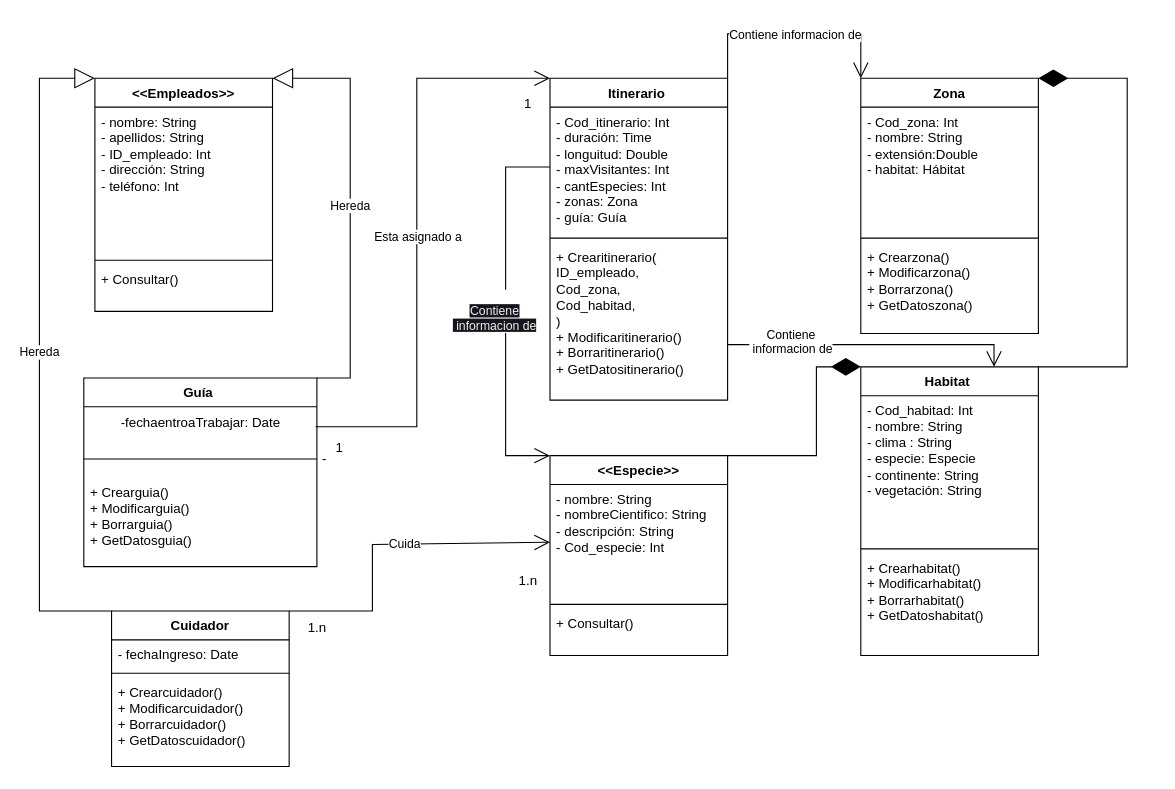
Above: Tarea6/UML_Zoológico.drawio in JoseCamp1/INA_POO_Portafolio (draw.io), before the change. Source tidied: cells renumbered, new cells numbered last; positions are measured from the earlier drawing's top-left corner, leaving out a move shared by most shapes. Both pictures are drawn from the tidied source at 111%, with x=0, y=0 at pixel (39, 33).
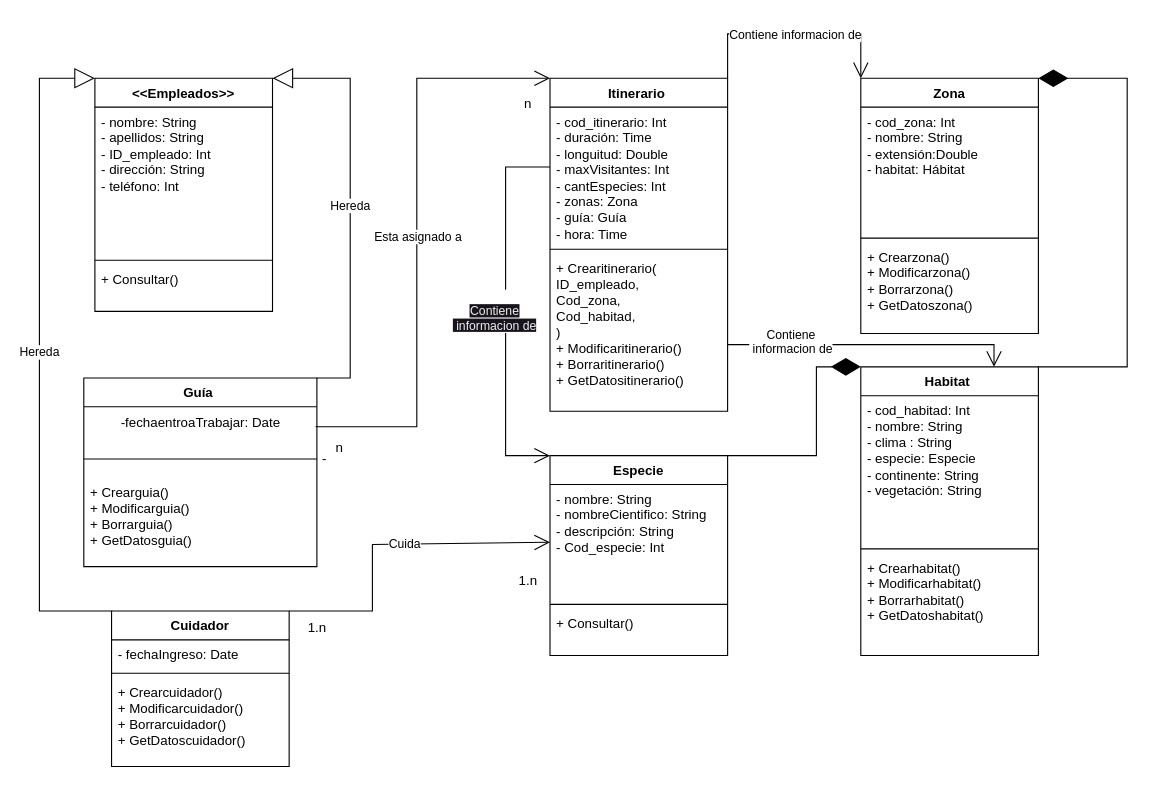
Above is the later version.

The change refers to these unchanged cells:
```xml
<mxCell id="20" value="Habitat&amp;nbsp;" style="swimlane;fontStyle=1;align=center;verticalAlign=top;horizontal=1;startSize=26;whiteSpace=wrap;html=1;" parent="1" vertex="1">
  <mxGeometry x="740" y="300" width="160" height="260" as="geometry" />
</mxCell>
<mxCell id="24" value="Zona" style="swimlane;fontStyle=1;align=center;verticalAlign=top;horizontal=1;startSize=26;whiteSpace=wrap;html=1;" parent="1" vertex="1">
  <mxGeometry x="740" y="40" width="160" height="230" as="geometry" />
</mxCell>
```

The edit, as a diff of the source:
```diff
@@
-    <mxCell id="6" value="&amp;lt;&amp;lt;Especie&amp;gt;&amp;gt;" style="swimlane;fontStyle=1;align=center;verticalAlign=top;horizontal=1;startSize=26;whiteSpace=wrap;html=1;" parent="1" vertex="1">
+    <mxCell id="6" value="Especie" style="swimlane;fontStyle=1;align=center;verticalAlign=top;horizontal=1;startSize=26;whiteSpace=wrap;html=1;" parent="1" vertex="1">
       <mxGeometry x="460" y="380" width="160" height="180" as="geometry" />
     </mxCell>
@@
-    <mxCell id="21" value="- Cod_habitad: Int&lt;br&gt;- nombre: String&lt;br&gt;- clima : String&lt;br&gt;- especie: Especie&lt;br&gt;- continente: String&lt;br&gt;- vegetación: String&amp;nbsp;" style="text;strokeColor=none;fillColor=none;align=left;verticalAlign=top;spacingLeft=4;spacingRight=4;overflow=hidden;whiteSpace=wrap;html=1;" parent="20" vertex="1">
+    <mxCell id="21" value="- cod_habitad: Int&lt;br&gt;- nombre: String&lt;br&gt;- clima : String&lt;br&gt;- especie: Especie&lt;br&gt;- continente: String&lt;br&gt;- vegetación: String&amp;nbsp;" style="text;strokeColor=none;fillColor=none;align=left;verticalAlign=top;spacingLeft=4;spacingRight=4;overflow=hidden;whiteSpace=wrap;html=1;" parent="20" vertex="1">
       <mxGeometry y="26" width="160" height="134" as="geometry" />
     </mxCell>
@@
-    <mxCell id="25" value="- Cod_zona: Int&lt;br&gt;- nombre: String&lt;br&gt;- extensión:Double&lt;br&gt;- habitat: Hábitat&amp;nbsp;" style="text;strokeColor=none;fillColor=none;align=left;verticalAlign=top;spacingLeft=4;spacingRight=4;overflow=hidden;whiteSpace=wrap;html=1;" parent="24" vertex="1">
+    <mxCell id="25" value="- cod_zona: Int&lt;br&gt;- nombre: String&lt;br&gt;- extensión:Double&lt;br&gt;- habitat: Hábitat&amp;nbsp;" style="text;strokeColor=none;fillColor=none;align=left;verticalAlign=top;spacingLeft=4;spacingRight=4;overflow=hidden;whiteSpace=wrap;html=1;" parent="24" vertex="1">
       <mxGeometry y="26" width="160" height="114" as="geometry" />
     </mxCell>
@@
     <mxCell id="28" value="Itinerario&amp;nbsp;" style="swimlane;fontStyle=1;align=center;verticalAlign=top;horizontal=1;startSize=26;whiteSpace=wrap;html=1;" parent="1" vertex="1">
-      <mxGeometry x="460" y="40" width="160" height="290" as="geometry" />
+      <mxGeometry x="460" y="40" width="160" height="300" as="geometry" />
     </mxCell>
-    <mxCell id="29" value="- Cod_itinerario: Int&lt;br&gt;- duración: Time&lt;br&gt;- longuitud: Double&lt;br&gt;- maxVisitantes: Int&lt;br&gt;- cantEspecies: Int&lt;br&gt;- zonas: Zona&lt;br&gt;- guía: Guía&amp;nbsp;" style="text;strokeColor=none;fillColor=none;align=left;verticalAlign=top;spacingLeft=4;spacingRight=4;overflow=hidden;whiteSpace=wrap;html=1;" parent="28" vertex="1">
-      <mxGeometry y="26" width="160" height="114" as="geometry" />
+    <mxCell id="29" value="- cod_itinerario: Int&lt;br&gt;- duración: Time&lt;br&gt;- longuitud: Double&lt;br&gt;- maxVisitantes: Int&lt;br&gt;- cantEspecies: Int&lt;br&gt;- zonas: Zona&lt;br&gt;- guía: Guía&amp;nbsp;&lt;br&gt;- hora: Time" style="text;strokeColor=none;fillColor=none;align=left;verticalAlign=top;spacingLeft=4;spacingRight=4;overflow=hidden;whiteSpace=wrap;html=1;" parent="28" vertex="1">
+      <mxGeometry y="26" width="160" height="124" as="geometry" />
     </mxCell>
     <mxCell id="30" style="line;strokeWidth=1;fillColor=none;align=left;verticalAlign=middle;spacingTop=-1;spacingLeft=3;spacingRight=3;labelPosition=right;strokeColor=inherit;" parent="28" vertex="1">
-      <mxGeometry y="140" width="160" height="8" as="geometry" />
+      <mxGeometry y="150" width="160" height="8" as="geometry" />
     </mxCell>
     <mxCell id="31" value="+ Crearitinerario(&lt;br&gt;ID_empleado,&lt;br&gt;Cod_zona,&lt;br&gt;Cod_habitad,&lt;br&gt;)&lt;br&gt;+ Modificaritinerario()&lt;br&gt;+ Borraritinerario()&lt;br&gt;+ GetDatositinerario()" style="text;strokeColor=none;fillColor=none;align=left;verticalAlign=top;spacingLeft=4;spacingRight=4;overflow=hidden;whiteSpace=wrap;html=1;" parent="28" vertex="1">
-      <mxGeometry y="148" width="160" height="142" as="geometry" />
+      <mxGeometry y="158" width="160" height="142" as="geometry" />
     </mxCell>
@@
-    <mxCell id="38" value="1" style="text;html=1;align=center;verticalAlign=middle;strokeColor=none;fillColor=none;" parent="1" vertex="1">
+    <mxCell id="38" value="n" style="text;html=1;align=center;verticalAlign=middle;strokeColor=none;fillColor=none;" parent="1" vertex="1">
       <mxGeometry x="255" y="358" width="30" height="30" as="geometry" />
     </mxCell>
-    <mxCell id="39" value="1" style="text;html=1;align=center;verticalAlign=middle;strokeColor=none;fillColor=none;" parent="1" vertex="1">
+    <mxCell id="39" value="n" style="text;html=1;align=center;verticalAlign=middle;strokeColor=none;fillColor=none;" parent="1" vertex="1">
       <mxGeometry x="425" y="48" width="30" height="30" as="geometry" />
     </mxCell>
```
